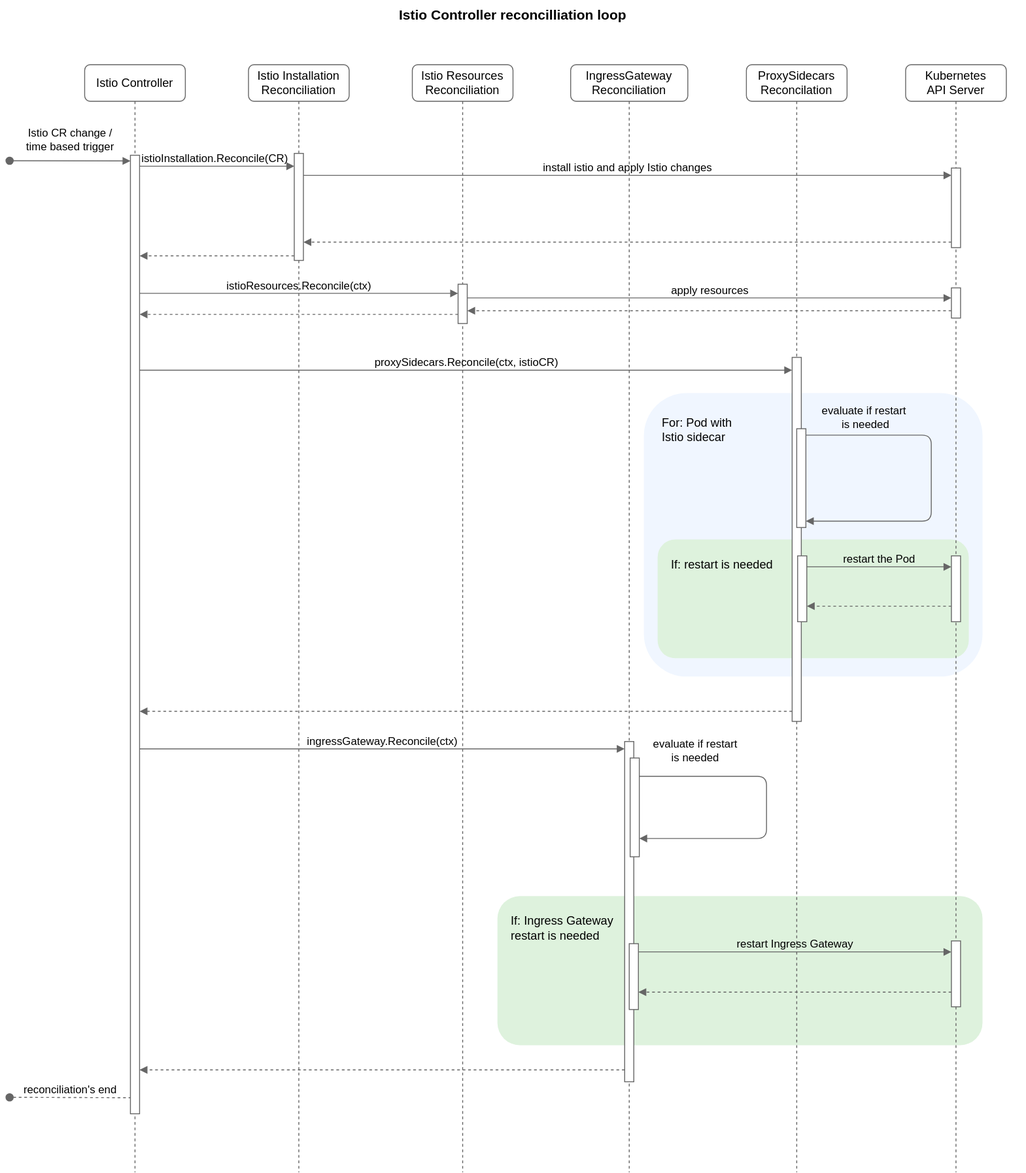
Above: docs/assets/istio-controller-reconciliation-loop.svg in kyma-project/istio (draw.io), before the change. Source tidied: cells renumbered, new cells last; positions are measured from the earlier drawing's top-left corner, leaving out a move shared by most shapes.
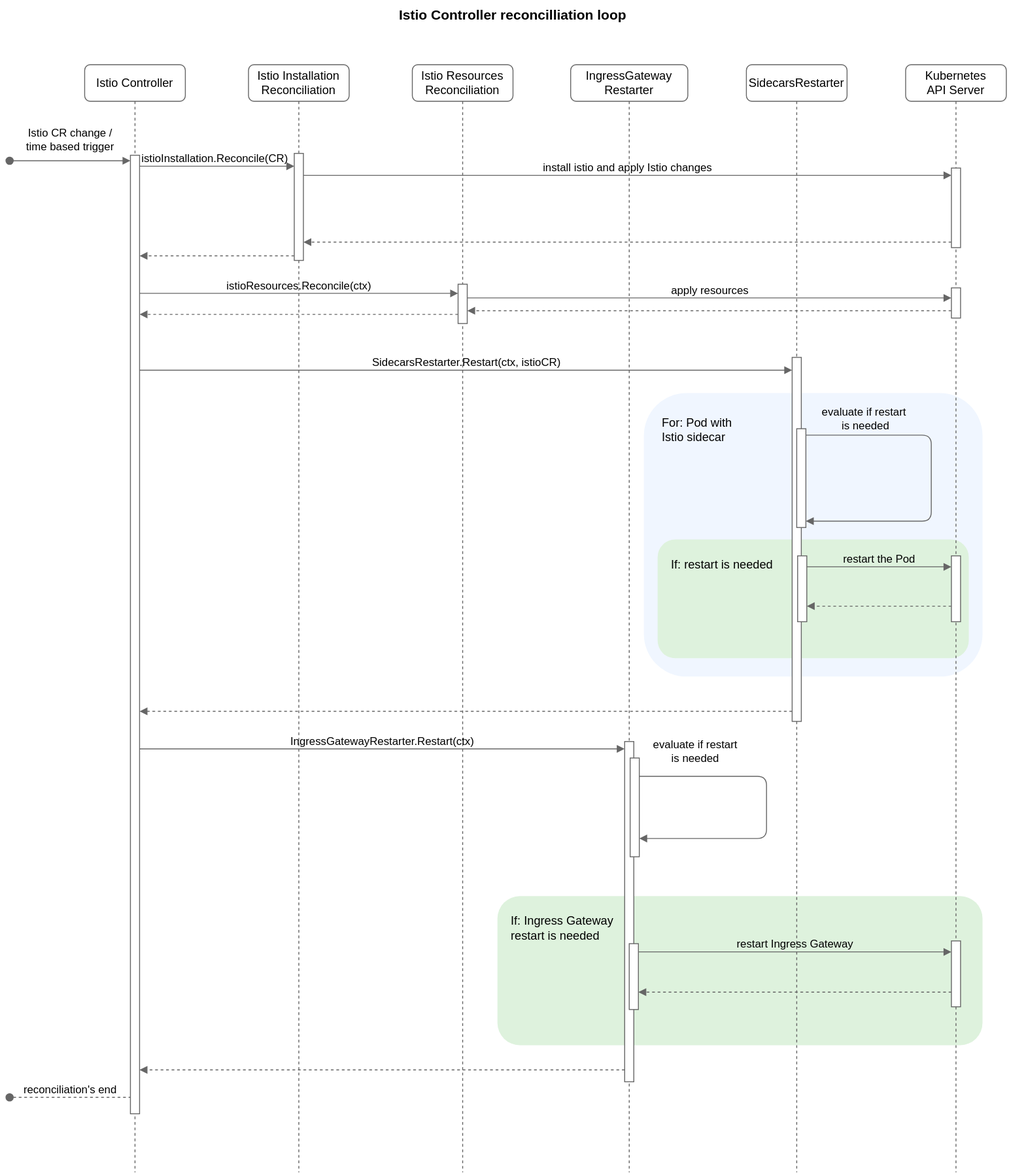
Above is the later version.

What changed in the source:
```diff
@@ -56,7 +56,7 @@
     <mxCell id="14" style="html=1;points=[];perimeter=orthogonalPerimeter;outlineConnect=0;targetShapes=umlLifeline;portConstraint=eastwest;newEdgeStyle={&quot;edgeStyle&quot;:&quot;elbowEdgeStyle&quot;,&quot;elbow&quot;:&quot;vertical&quot;,&quot;curved&quot;:0,&quot;rounded&quot;:0};fontFamily=Helvetica;fontSize=11;fontColor=#FFFFFF;fillColor=#FFFFFF;strokeColor=#666666;" parent="13" vertex="1">
       <mxGeometry x="50" y="240" width="10" height="43" as="geometry" />
     </mxCell>
-    <mxCell id="15" value="IngressGateway&lt;br style=&quot;font-size: 13px;&quot;&gt;Reconciliation" style="shape=umlLifeline;perimeter=lifelinePerimeter;whiteSpace=wrap;html=1;newEdgeStyle={&quot;edgeStyle&quot;:&quot;elbowEdgeStyle&quot;,&quot;elbow&quot;:&quot;vertical&quot;,&quot;curved&quot;:0,&quot;rounded&quot;:0};fillColor=none;fontColor=default;labelBorderColor=none;strokeColor=#666666;rounded=1;fontSize=13;" parent="1" vertex="1">
+    <mxCell id="15" value="IngressGateway Restarter" style="shape=umlLifeline;perimeter=lifelinePerimeter;whiteSpace=wrap;html=1;newEdgeStyle={&quot;edgeStyle&quot;:&quot;elbowEdgeStyle&quot;,&quot;elbow&quot;:&quot;vertical&quot;,&quot;curved&quot;:0,&quot;rounded&quot;:0};fillColor=none;fontColor=default;labelBorderColor=none;strokeColor=#666666;rounded=1;fontSize=13;" parent="1" vertex="1">
       <mxGeometry x="623" y="70" width="128" height="1211" as="geometry" />
     </mxCell>
     <mxCell id="16" value="evaluate if restart &lt;br style=&quot;font-size: 12px;&quot;&gt;is needed" style="edgeStyle=elbowEdgeStyle;shape=connector;rounded=1;orthogonalLoop=1;jettySize=auto;elbow=vertical;html=1;labelBackgroundColor=none;strokeColor=#666666;fontFamily=Helvetica;fontSize=12;fontColor=#000000;endArrow=block;targetPerimeterSpacing=0;spacingTop=-17;" parent="15" edge="1" source="18" target="18">
@@ -72,7 +72,7 @@
     <mxCell id="18" style="html=1;points=[];perimeter=orthogonalPerimeter;outlineConnect=0;targetShapes=umlLifeline;portConstraint=eastwest;newEdgeStyle={&quot;edgeStyle&quot;:&quot;elbowEdgeStyle&quot;,&quot;elbow&quot;:&quot;vertical&quot;,&quot;curved&quot;:0,&quot;rounded&quot;:0};fontFamily=Helvetica;fontSize=11;fontColor=#FFFFFF;fillColor=#FFFFFF;strokeColor=#666666;" parent="15" vertex="1">
       <mxGeometry x="65" y="758" width="10" height="108" as="geometry" />
     </mxCell>
-    <mxCell id="19" value="ProxySidecars&lt;br style=&quot;font-size: 13px;&quot;&gt;Reconcilation" style="shape=umlLifeline;perimeter=lifelinePerimeter;whiteSpace=wrap;html=1;newEdgeStyle={&quot;edgeStyle&quot;:&quot;elbowEdgeStyle&quot;,&quot;elbow&quot;:&quot;vertical&quot;,&quot;curved&quot;:0,&quot;rounded&quot;:0};fillColor=none;fontColor=default;labelBorderColor=none;strokeColor=#666666;rounded=1;fontSize=13;" parent="1" vertex="1">
+    <mxCell id="19" value="SidecarsRestarter" style="shape=umlLifeline;perimeter=lifelinePerimeter;whiteSpace=wrap;html=1;newEdgeStyle={&quot;edgeStyle&quot;:&quot;elbowEdgeStyle&quot;,&quot;elbow&quot;:&quot;vertical&quot;,&quot;curved&quot;:0,&quot;rounded&quot;:0};fillColor=none;fontColor=default;labelBorderColor=none;strokeColor=#666666;rounded=1;fontSize=13;" parent="1" vertex="1">
       <mxGeometry x="815" y="70" width="110" height="1211" as="geometry" />
     </mxCell>
     <mxCell id="20" style="html=1;points=[];perimeter=orthogonalPerimeter;outlineConnect=0;targetShapes=umlLifeline;portConstraint=eastwest;newEdgeStyle={&quot;edgeStyle&quot;:&quot;elbowEdgeStyle&quot;,&quot;elbow&quot;:&quot;vertical&quot;,&quot;curved&quot;:0,&quot;rounded&quot;:0};fontFamily=Helvetica;fontSize=11;fontColor=#FFFFFF;fillColor=#FFFFFF;strokeColor=#666666;" parent="19" vertex="1">
@@ -138,7 +138,7 @@
         </Array>
       </mxGeometry>
     </mxCell>
-    <mxCell id="33" value="ingressGateway.Reconcile(ctx)" style="edgeStyle=elbowEdgeStyle;shape=connector;curved=0;rounded=0;jettySize=auto;elbow=vertical;html=1;labelBackgroundColor=none;strokeColor=#666666;fontFamily=Helvetica;fontSize=12;fontColor=#000000;endArrow=block;targetPerimeterSpacing=0;spacingTop=-17;" parent="1" edge="1" target="17">
+    <mxCell id="33" value="IngressGatewayRestarter.Restart(ctx)" style="edgeStyle=elbowEdgeStyle;shape=connector;curved=0;rounded=0;jettySize=auto;elbow=vertical;html=1;labelBackgroundColor=none;strokeColor=#666666;fontFamily=Helvetica;fontSize=12;fontColor=#000000;endArrow=block;targetPerimeterSpacing=0;spacingTop=-17;" parent="1" edge="1" target="17">
       <mxGeometry relative="1" as="geometry">
         <mxPoint x="152" y="818" as="sourcePoint" />
         <Array as="points">
@@ -173,7 +173,7 @@
         </Array>
       </mxGeometry>
     </mxCell>
-    <mxCell id="38" value="proxySidecars.Reconcile(ctx, istioCR)" style="edgeStyle=elbowEdgeStyle;shape=connector;curved=0;rounded=0;jettySize=auto;elbow=vertical;html=1;labelBackgroundColor=none;strokeColor=#666666;fontFamily=Helvetica;fontSize=12;fontColor=#000000;endArrow=block;targetPerimeterSpacing=0;spacingTop=-17;" parent="1" edge="1" target="20">
+    <mxCell id="38" value="SidecarsRestarter.Restart(ctx, istioCR)" style="edgeStyle=elbowEdgeStyle;shape=connector;curved=0;rounded=0;jettySize=auto;elbow=vertical;html=1;labelBackgroundColor=none;strokeColor=#666666;fontFamily=Helvetica;fontSize=12;fontColor=#000000;endArrow=block;targetPerimeterSpacing=0;spacingTop=-17;" parent="1" edge="1" target="20">
       <mxGeometry relative="1" as="geometry">
         <mxPoint x="152" y="404" as="sourcePoint" />
         <Array as="points">
```
